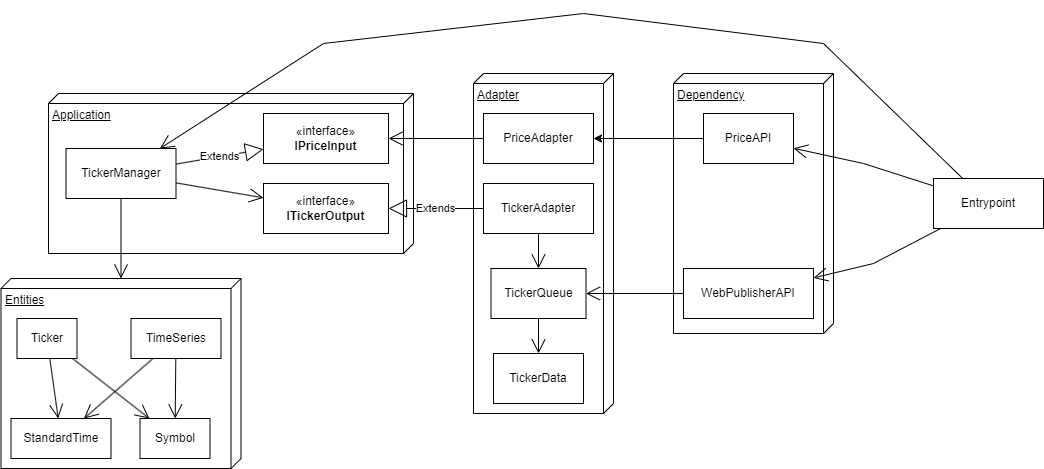
Earlier version of the draw.io export docs/structure.png (mwhicks-dev/automatic-octo-spoon). Source tidied: cells renumbered, new cells last; positions are measured from the earlier drawing's top-left corner, leaving out a move shared by most shapes.
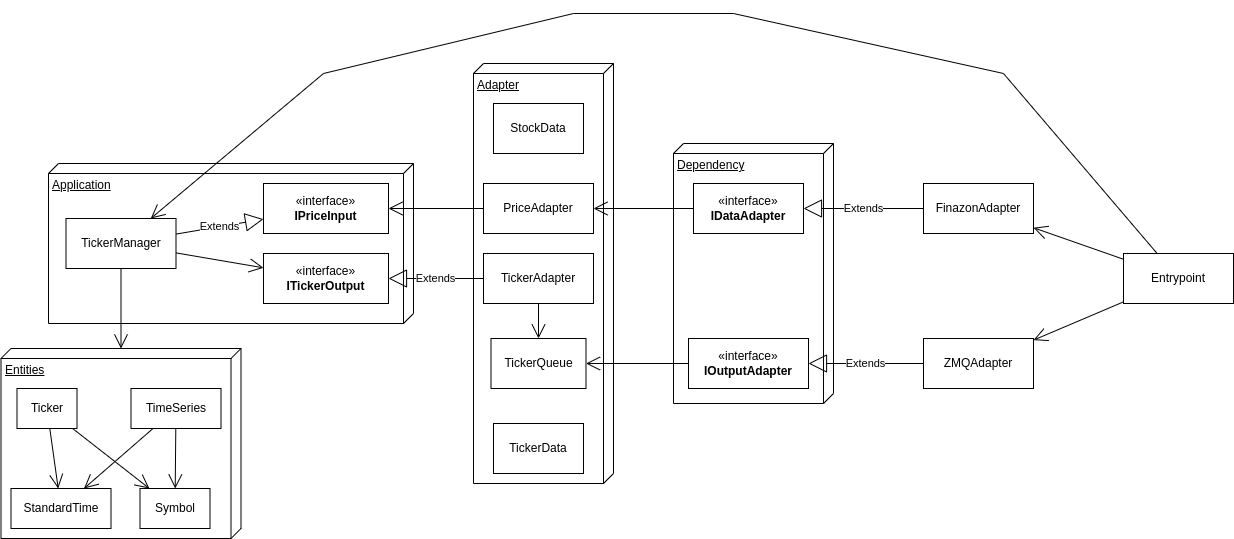
After the commit.

The edit, as a diff of the source:
```diff
@@ -33,7 +33,7 @@
       <mxGeometry relative="1" as="geometry" />
     </mxCell>
     <mxCell id="12" value="Adapter" style="verticalAlign=top;align=left;spacingTop=8;spacingLeft=2;spacingRight=12;shape=cube;size=10;direction=south;fontStyle=4;html=1;whiteSpace=wrap;" parent="1" vertex="1">
-      <mxGeometry x="472" y="60" width="140" height="340" as="geometry" />
+      <mxGeometry x="472" y="-20" width="140" height="420" as="geometry" />
     </mxCell>
     <mxCell id="13" style="group;" parent="1" vertex="1">
       <mxGeometry x="47" y="80" width="365" height="160" as="geometry" />
@@ -77,41 +77,19 @@
     <mxCell id="26" value="Dependency" style="verticalAlign=top;align=left;spacingTop=8;spacingLeft=2;spacingRight=12;shape=cube;size=10;direction=south;fontStyle=4;html=1;whiteSpace=wrap;" parent="1" vertex="1">
       <mxGeometry x="672" y="60" width="160" height="260" as="geometry" />
     </mxCell>
-    <mxCell id="27" style="edgeStyle=orthogonalEdgeStyle;rounded=0;jettySize=auto;html=1;exitX=0;exitY=0.5;exitDx=0;exitDy=0;" parent="1" edge="1" source="28" target="35">
-      <mxGeometry relative="1" as="geometry" />
-    </mxCell>
-    <mxCell id="28" value="PriceAPI" style="html=1;whiteSpace=wrap;" parent="1" vertex="1">
-      <mxGeometry x="702" y="100" width="90" height="50" as="geometry" />
-    </mxCell>
-    <mxCell id="29" value="WebPublisherAPI" style="html=1;whiteSpace=wrap;" parent="1" vertex="1">
-      <mxGeometry x="682" y="255" width="130" height="50" as="geometry" />
-    </mxCell>
-    <mxCell id="30" style="endArrow=open;endFill=1;endSize=12;html=1;rounded=0;" parent="1" edge="1" source="29" target="24">
+    <mxCell id="30" style="endArrow=open;endFill=1;endSize=12;html=1;rounded=0;" parent="1" edge="1" source="39" target="24">
       <mxGeometry relative="1" as="geometry" />
     </mxCell>
     <mxCell id="31" value="Entrypoint" style="html=1;whiteSpace=wrap;" parent="1" vertex="1">
-      <mxGeometry x="932" y="165" width="110" height="50" as="geometry" />
+      <mxGeometry x="1122" y="170" width="110" height="50" as="geometry" />
     </mxCell>
-    <mxCell id="32" style="endArrow=open;endFill=1;endSize=12;html=1;rounded=0;" parent="1" edge="1" source="31" target="28">
-      <mxGeometry relative="1" as="geometry">
-        <Array as="points">
-          <mxPoint x="862" y="150" />
-        </Array>
-      </mxGeometry>
-    </mxCell>
-    <mxCell id="33" style="endArrow=open;endFill=1;endSize=12;html=1;rounded=0;" parent="1" edge="1" source="31" target="29">
-      <mxGeometry relative="1" as="geometry">
-        <Array as="points">
-          <mxPoint x="872" y="250" />
-        </Array>
-      </mxGeometry>
-    </mxCell>
     <mxCell id="34" style="endArrow=open;endFill=1;endSize=12;html=1;rounded=0;" parent="1" edge="1" source="31" target="17">
       <mxGeometry relative="1" as="geometry">
         <Array as="points">
-          <mxPoint x="822" y="30" />
-          <mxPoint x="582" />
-          <mxPoint x="322" y="30" />
+          <mxPoint x="1002" y="-10" />
+          <mxPoint x="732" y="-70" />
+          <mxPoint x="572" y="-70" />
+          <mxPoint x="322" y="-10" />
         </Array>
       </mxGeometry>
     </mxCell>
@@ -121,8 +99,35 @@
     <mxCell id="36" value="TickerData" style="html=1;whiteSpace=wrap;" parent="1" vertex="1">
       <mxGeometry x="492" y="340" width="90" height="50" as="geometry" />
     </mxCell>
-    <mxCell id="37" style="endArrow=open;endFill=1;endSize=12;html=1;rounded=0;" parent="1" edge="1" source="24" target="36">
-      <mxGeometry relative="1" as="geometry" />
-    </mxCell>
+    <mxCell id="38" value="«interface»&lt;br&gt;&lt;b&gt;IDataAdapter&lt;/b&gt;" style="html=1;whiteSpace=wrap;" parent="1" vertex="1">
+      <mxGeometry x="692" y="100" width="110" height="50" as="geometry" />
+    </mxCell>
+    <mxCell id="39" value="«interface»&lt;br&gt;&lt;b&gt;IOutputAdapter&lt;/b&gt;" style="html=1;whiteSpace=wrap;" parent="1" vertex="1">
+      <mxGeometry x="687" y="255" width="120" height="50" as="geometry" />
+    </mxCell>
+    <mxCell id="40" style="endArrow=open;endFill=1;endSize=12;html=1;rounded=0;" parent="1" edge="1" source="38" target="35">
+      <mxGeometry relative="1" as="geometry" />
+    </mxCell>
+    <mxCell id="41" value="FinazonAdapter" style="html=1;whiteSpace=wrap;" parent="1" vertex="1">
+      <mxGeometry x="922" y="100" width="110" height="50" as="geometry" />
+    </mxCell>
+    <mxCell id="42" value="ZMQAdapter" style="html=1;whiteSpace=wrap;" parent="1" vertex="1">
+      <mxGeometry x="922" y="255" width="110" height="50" as="geometry" />
+    </mxCell>
+    <mxCell id="43" style="endArrow=open;endFill=1;endSize=12;html=1;rounded=0;" parent="1" edge="1" source="31" target="41">
+      <mxGeometry relative="1" as="geometry" />
+    </mxCell>
+    <mxCell id="44" style="endArrow=open;endFill=1;endSize=12;html=1;rounded=0;" parent="1" edge="1" source="31" target="42">
+      <mxGeometry relative="1" as="geometry" />
+    </mxCell>
+    <mxCell id="45" value="Extends" style="endArrow=block;endSize=16;endFill=0;html=1;rounded=0;" parent="1" edge="1" source="41" target="38">
+      <mxGeometry relative="1" as="geometry" />
+    </mxCell>
+    <mxCell id="46" value="Extends" style="endArrow=block;endSize=16;endFill=0;html=1;rounded=0;" parent="1" edge="1" source="42" target="39">
+      <mxGeometry relative="1" as="geometry" />
+    </mxCell>
+    <mxCell id="47" value="StockData" style="html=1;whiteSpace=wrap;" parent="1" vertex="1">
+      <mxGeometry x="492" y="20" width="90" height="50" as="geometry" />
+    </mxCell>
   </root>
 </mxGraphModel>
```
